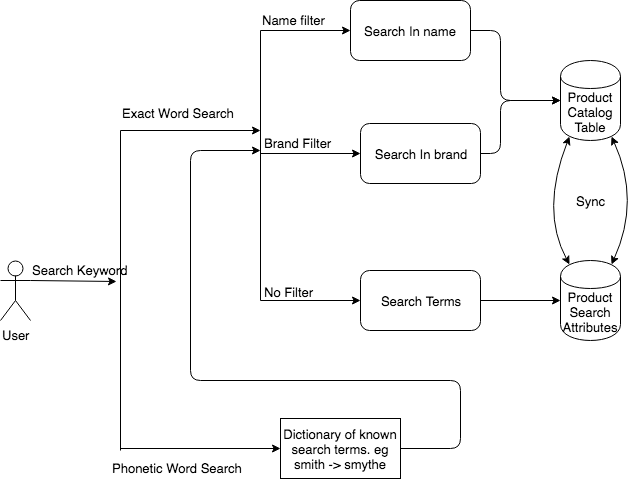
Earlier version of the draw.io export CatalogSearch.png (fazeelT/CatalogSearch). Source tidied: cells renumbered, new cells last; positions are measured from the earlier drawing's top-left corner, leaving out a move shared by most shapes. The source it was exported from:
```xml
<mxGraphModel background="#ffffff">
  <root>
    <mxCell id="0" />
    <mxCell id="1" parent="0" />
    <mxCell id="2" value="User" style="shape=umlActor;verticalLabelPosition=bottom;labelBackgroundColor=#ffffff;verticalAlign=top;html=1;outlineConnect=0;shadow=0;strokeColor=#000000;strokeWidth=1;fillColor=none;gradientColor=none;fontSize=13;fontColor=#000000;align=center;" parent="1" vertex="1">
      <mxGeometry y="260" width="30" height="60" as="geometry" />
    </mxCell>
    <mxCell id="3" style="endArrow=classic;html=1;strokeWidth=1;fontSize=13;fontColor=#000000;exitX=1;exitY=0.3333333333333333;exitPerimeter=0;entryX=0.782;entryY=1.05;entryPerimeter=0;" parent="1" edge="1" source="2" target="4">
      <mxGeometry relative="1" as="geometry" />
    </mxCell>
    <mxCell id="4" value="Search Keyword" style="text;html=1;points=[];align=left;verticalAlign=top;spacingTop=-4;fontSize=13;fontColor=#000000;" parent="1" vertex="1">
      <mxGeometry x="30" y="260" width="110" height="20" as="geometry" />
    </mxCell>
    <mxCell id="5" style="endArrow=none;html=1;strokeWidth=1;fontSize=13;fontColor=#000000;" parent="1" edge="1">
      <mxGeometry relative="1" as="geometry">
        <mxPoint x="260" y="300" as="sourcePoint" />
        <mxPoint x="260" y="30" as="targetPoint" />
      </mxGeometry>
    </mxCell>
    <mxCell id="6" style="endArrow=classic;html=1;strokeWidth=1;fontSize=13;fontColor=#000000;" parent="1" edge="1">
      <mxGeometry relative="1" as="geometry">
        <mxPoint x="260" y="300" as="sourcePoint" />
        <mxPoint x="360" y="300" as="targetPoint" />
      </mxGeometry>
    </mxCell>
    <mxCell id="7" style="endArrow=classic;html=1;strokeWidth=1;fontSize=13;fontColor=#000000;" parent="1" edge="1">
      <mxGeometry relative="1" as="geometry">
        <mxPoint x="260" y="153" as="sourcePoint" />
        <mxPoint x="360" y="153" as="targetPoint" />
      </mxGeometry>
    </mxCell>
    <mxCell id="8" style="endArrow=classic;html=1;strokeWidth=1;fontSize=13;fontColor=#000000;" parent="1" edge="1">
      <mxGeometry relative="1" as="geometry">
        <mxPoint x="260" y="30" as="sourcePoint" />
        <mxPoint x="350" y="30" as="targetPoint" />
      </mxGeometry>
    </mxCell>
    <mxCell id="9" value="Search In name" style="rounded=1;whiteSpace=wrap;html=1;shadow=0;labelBackgroundColor=none;strokeColor=#000000;strokeWidth=1;fillColor=none;gradientColor=none;fontSize=13;fontColor=#000000;align=center;" parent="1" vertex="1">
      <mxGeometry x="350" width="120" height="60" as="geometry" />
    </mxCell>
    <mxCell id="10" value="Search In brand" style="rounded=1;whiteSpace=wrap;html=1;shadow=0;labelBackgroundColor=none;strokeColor=#000000;strokeWidth=1;fillColor=none;gradientColor=none;fontSize=13;fontColor=#000000;align=center;" parent="1" vertex="1">
      <mxGeometry x="360" y="123" width="120" height="60" as="geometry" />
    </mxCell>
    <mxCell id="11" value="Search Terms" style="rounded=1;whiteSpace=wrap;html=1;shadow=0;labelBackgroundColor=none;strokeColor=#000000;strokeWidth=1;fillColor=none;gradientColor=none;fontSize=13;fontColor=#000000;align=center;" parent="1" vertex="1">
      <mxGeometry x="360" y="270" width="120" height="60" as="geometry" />
    </mxCell>
    <mxCell id="12" style="edgeStyle=orthogonalEdgeStyle;curved=1;jumpSize=1;html=1;exitX=0.75;exitY=0;entryX=0.75;entryY=0;startArrow=none;startFill=0;endArrow=classic;endFill=1;jettySize=auto;orthogonalLoop=1;strokeColor=#000000;strokeWidth=1;fontSize=13;fontColor=#000000;" parent="1" edge="1" source="11" target="11">
      <mxGeometry relative="1" as="geometry" />
    </mxCell>
    <mxCell id="13" style="endArrow=classic;html=1;strokeColor=#000000;strokeWidth=1;fontSize=13;fontColor=#000000;" parent="1" edge="1">
      <mxGeometry relative="1" as="geometry">
        <mxPoint x="120" y="130" as="sourcePoint" />
        <mxPoint x="260" y="130" as="targetPoint" />
      </mxGeometry>
    </mxCell>
    <mxCell id="14" value="Exact Word Search" style="text;html=1;align=left;verticalAlign=top;spacingTop=-4;fontSize=13;fontColor=#000000;" parent="1" vertex="1">
      <mxGeometry x="120" y="103" width="130" height="20" as="geometry" />
    </mxCell>
    <mxCell id="15" style="endArrow=none;html=1;strokeColor=#000000;strokeWidth=1;fontSize=13;fontColor=#000000;" parent="1" edge="1">
      <mxGeometry relative="1" as="geometry">
        <mxPoint x="120" y="450" as="sourcePoint" />
        <mxPoint x="120" y="130" as="targetPoint" />
      </mxGeometry>
    </mxCell>
    <mxCell id="16" style="endArrow=classic;html=1;strokeColor=#000000;strokeWidth=1;fontSize=13;fontColor=#000000;entryX=0;entryY=0.5;" parent="1" edge="1" target="18">
      <mxGeometry relative="1" as="geometry">
        <mxPoint x="120" y="448" as="sourcePoint" />
      </mxGeometry>
    </mxCell>
    <mxCell id="17" value="Phonetic Word Search" style="text;html=1;align=left;verticalAlign=top;spacingTop=-4;fontSize=13;fontColor=#000000;" parent="1" vertex="1">
      <mxGeometry x="110" y="458" width="150" height="20" as="geometry" />
    </mxCell>
    <mxCell id="18" value="Dictionary of known search terms. eg smith -&amp;gt; smythe" style="rounded=0;whiteSpace=wrap;html=1;shadow=0;labelBackgroundColor=none;strokeColor=#000000;strokeWidth=1;fillColor=none;gradientColor=none;fontSize=13;fontColor=#000000;align=center;" parent="1" vertex="1">
      <mxGeometry x="280" y="418" width="120" height="60" as="geometry" />
    </mxCell>
    <mxCell id="19" style="endArrow=classic;html=1;strokeColor=#000000;strokeWidth=1;fontSize=13;fontColor=#000000;exitX=1;exitY=0.5;" parent="1" edge="1" source="18">
      <mxGeometry relative="1" as="geometry">
        <mxPoint x="260" y="150" as="targetPoint" />
        <Array as="points">
          <mxPoint x="460" y="448" />
          <mxPoint x="460" y="380" />
          <mxPoint x="190" y="380" />
          <mxPoint x="190" y="150" />
        </Array>
      </mxGeometry>
    </mxCell>
    <mxCell id="20" value="Product Catalog Table" style="shape=cylinder;whiteSpace=wrap;html=1;boundedLbl=1;shadow=0;labelBackgroundColor=none;strokeColor=#000000;strokeWidth=1;fillColor=none;gradientColor=none;fontSize=13;fontColor=#000000;align=center;" parent="1" vertex="1">
      <mxGeometry x="560" y="60" width="60" height="80" as="geometry" />
    </mxCell>
    <mxCell id="21" style="endArrow=classic;html=1;strokeColor=#000000;strokeWidth=1;fontSize=13;fontColor=#000000;entryX=0;entryY=0.5;exitX=1;exitY=0.5;" parent="1" edge="1" source="9" target="20">
      <mxGeometry relative="1" as="geometry">
        <Array as="points">
          <mxPoint x="500" y="30" />
          <mxPoint x="500" y="100" />
        </Array>
      </mxGeometry>
    </mxCell>
    <mxCell id="22" style="endArrow=classic;html=1;strokeColor=#000000;strokeWidth=1;fontSize=13;fontColor=#000000;entryX=0;entryY=0.5;exitX=1;exitY=0.5;" parent="1" edge="1" source="10" target="20">
      <mxGeometry relative="1" as="geometry">
        <Array as="points">
          <mxPoint x="500" y="153" />
          <mxPoint x="500" y="100" />
          <mxPoint x="520" y="100" />
        </Array>
      </mxGeometry>
    </mxCell>
    <mxCell id="23" value="Product Search Attributes" style="shape=cylinder;whiteSpace=wrap;html=1;boundedLbl=1;shadow=0;labelBackgroundColor=none;strokeColor=#000000;strokeWidth=1;fillColor=none;gradientColor=none;fontSize=13;fontColor=#000000;align=center;" parent="1" vertex="1">
      <mxGeometry x="560" y="260" width="60" height="80" as="geometry" />
    </mxCell>
    <mxCell id="24" style="endArrow=classic;html=1;strokeColor=#000000;strokeWidth=1;fontSize=13;fontColor=#000000;entryX=0;entryY=0.5;exitX=1;exitY=0.5;" parent="1" edge="1" source="11" target="23">
      <mxGeometry relative="1" as="geometry" />
    </mxCell>
    <mxCell id="25" style="endArrow=classic;startArrow=classic;html=1;strokeColor=#000000;strokeWidth=1;fontSize=13;fontColor=#000000;entryX=0.15;entryY=0.95;entryPerimeter=0;exitX=0.15;exitY=0.05;exitPerimeter=0;curved=1;" parent="1" edge="1" source="23" target="20">
      <mxGeometry relative="1" as="geometry">
        <Array as="points">
          <mxPoint x="540" y="210" />
        </Array>
      </mxGeometry>
    </mxCell>
    <mxCell id="26" style="endArrow=classic;startArrow=classic;html=1;strokeColor=#000000;strokeWidth=1;fontSize=13;fontColor=#000000;exitX=0.85;exitY=0.05;exitPerimeter=0;entryX=0.85;entryY=0.95;entryPerimeter=0;curved=1;" parent="1" edge="1" source="23" target="20">
      <mxGeometry relative="1" as="geometry">
        <Array as="points">
          <mxPoint x="640" y="200" />
        </Array>
      </mxGeometry>
    </mxCell>
    <mxCell id="27" value="Sync" style="text;html=1;align=center;verticalAlign=top;spacingTop=-4;fontSize=13;fontColor=#000000;" parent="1" vertex="1">
      <mxGeometry x="570" y="191" width="40" height="20" as="geometry" />
    </mxCell>
    <mxCell id="28" value="Name filter" style="text;html=1;align=left;verticalAlign=top;spacingTop=-4;fontSize=13;fontColor=#000000;" parent="1" vertex="1">
      <mxGeometry x="260" y="10" width="80" height="20" as="geometry" />
    </mxCell>
    <mxCell id="29" value="Brand Filter" style="text;html=1;align=left;verticalAlign=top;spacingTop=-4;fontSize=13;fontColor=#000000;" parent="1" vertex="1">
      <mxGeometry x="262" y="133" width="80" height="20" as="geometry" />
    </mxCell>
    <mxCell id="30" value="No Filter" style="text;html=1;align=left;verticalAlign=top;spacingTop=-4;fontSize=13;fontColor=#000000;" parent="1" vertex="1">
      <mxGeometry x="262" y="282" width="60" height="20" as="geometry" />
    </mxCell>
  </root>
</mxGraphModel>
```
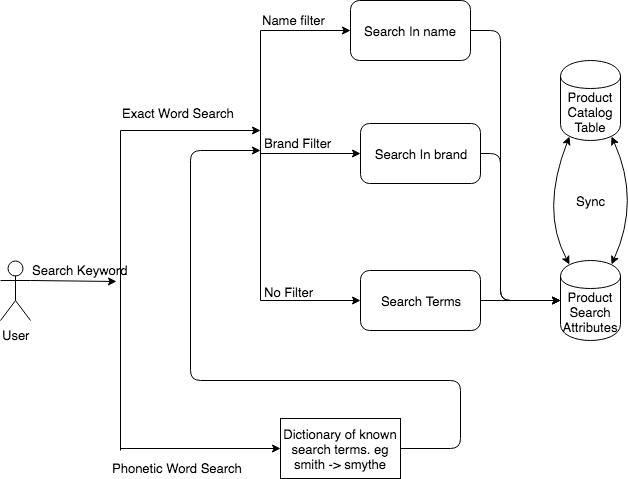
The same diagram one commit later.

Diff of the diagram source:
```diff
@@ -87,20 +87,20 @@
     <mxCell id="20" value="Product Catalog Table" style="shape=cylinder;whiteSpace=wrap;html=1;boundedLbl=1;shadow=0;labelBackgroundColor=none;strokeColor=#000000;strokeWidth=1;fillColor=none;gradientColor=none;fontSize=13;fontColor=#000000;align=center;" parent="1" vertex="1">
       <mxGeometry x="560" y="60" width="60" height="80" as="geometry" />
     </mxCell>
-    <mxCell id="21" style="endArrow=classic;html=1;strokeColor=#000000;strokeWidth=1;fontSize=13;fontColor=#000000;entryX=0;entryY=0.5;exitX=1;exitY=0.5;" parent="1" edge="1" source="9" target="20">
+    <mxCell id="21" style="endArrow=classic;html=1;strokeColor=#000000;strokeWidth=1;fontSize=13;fontColor=#000000;exitX=1;exitY=0.5;" parent="1" edge="1" source="9">
       <mxGeometry relative="1" as="geometry">
+        <mxPoint x="560" y="300" as="targetPoint" />
         <Array as="points">
           <mxPoint x="500" y="30" />
-          <mxPoint x="500" y="100" />
+          <mxPoint x="500" y="300" />
         </Array>
       </mxGeometry>
     </mxCell>
-    <mxCell id="22" style="endArrow=classic;html=1;strokeColor=#000000;strokeWidth=1;fontSize=13;fontColor=#000000;entryX=0;entryY=0.5;exitX=1;exitY=0.5;" parent="1" edge="1" source="10" target="20">
+    <mxCell id="22" style="endArrow=classic;html=1;strokeColor=#000000;strokeWidth=1;fontSize=13;fontColor=#000000;entryX=0;entryY=0.5;exitX=1;exitY=0.5;" parent="1" edge="1" source="10" target="23">
       <mxGeometry relative="1" as="geometry">
         <Array as="points">
           <mxPoint x="500" y="153" />
-          <mxPoint x="500" y="100" />
-          <mxPoint x="520" y="100" />
+          <mxPoint x="500" y="300" />
         </Array>
       </mxGeometry>
     </mxCell>
```
